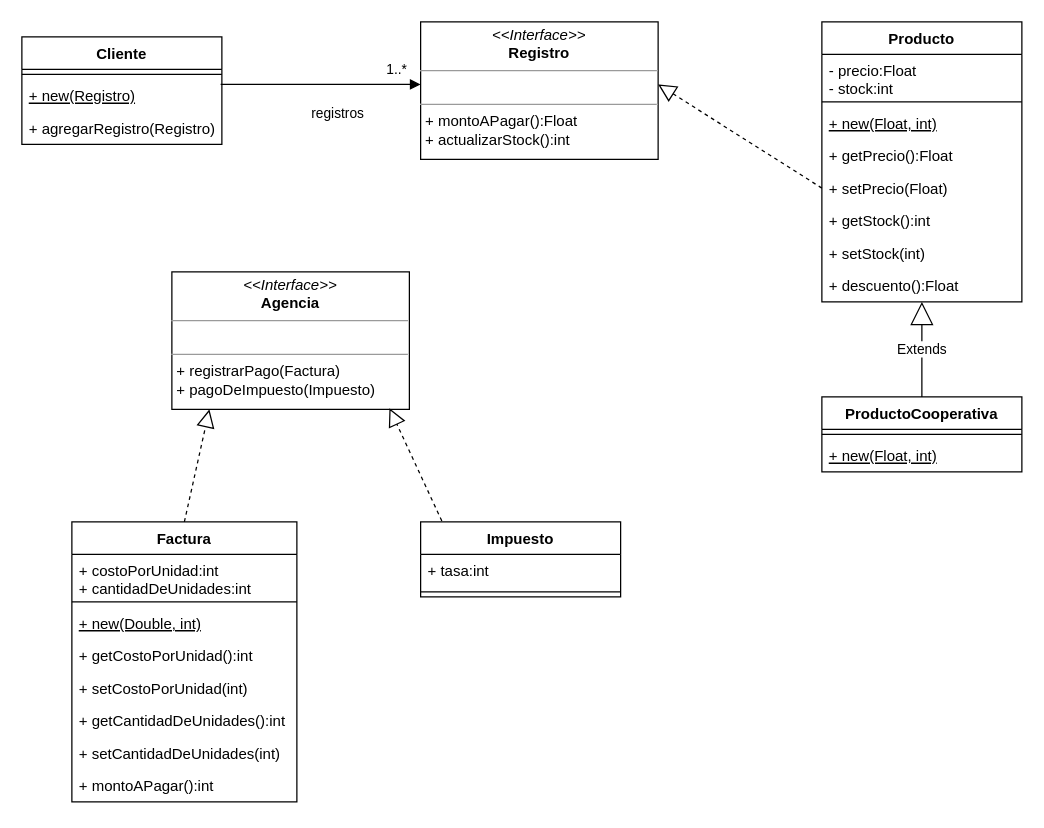
Before: unq-po2-tp5-mercadoCentral.drawio in nhubczyk/Diagramas-UML, a draw.io diagram. Source tidied: cells renumbered, new cells numbered last; positions are measured from the earlier drawing's top-left corner, leaving out a move shared by most shapes. Both pictures are drawn from the tidied source at 125%, with x=0, y=0 at pixel (21, 21).
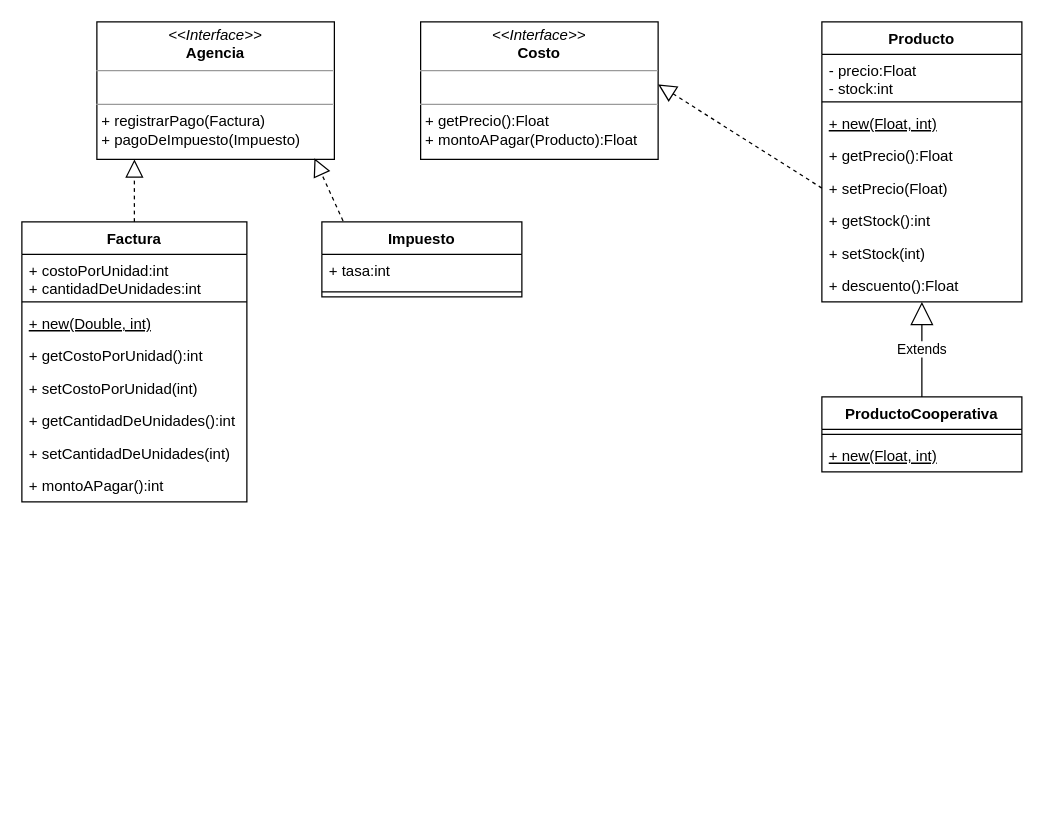
The same page after the edit.

What changed in the source:
```diff
@@
-    <mxCell id="2" value="&lt;p style=&quot;margin:0px;margin-top:4px;text-align:center;&quot;&gt;&lt;i&gt;&amp;lt;&amp;lt;Interface&amp;gt;&amp;gt;&lt;/i&gt;&lt;br&gt;&lt;b&gt;Registro&lt;/b&gt;&lt;/p&gt;&lt;hr size=&quot;1&quot;&gt;&lt;p style=&quot;margin:0px;margin-left:4px;&quot;&gt;&lt;br&gt;&lt;/p&gt;&lt;hr size=&quot;1&quot;&gt;&lt;p style=&quot;margin:0px;margin-left:4px;&quot;&gt;+ montoAPagar():Float&lt;/p&gt;&lt;p style=&quot;margin:0px;margin-left:4px;&quot;&gt;+ actualizarStock():int&lt;/p&gt;&lt;p style=&quot;margin:0px;margin-left:4px;&quot;&gt;&lt;br&gt;&lt;/p&gt;&lt;p style=&quot;margin:0px;margin-left:4px;&quot;&gt;&lt;br&gt;&lt;/p&gt;" style="verticalAlign=top;align=left;overflow=fill;fontSize=12;fontFamily=Helvetica;html=1;" parent="1" vertex="1">
+    <mxCell id="2" value="&lt;p style=&quot;margin:0px;margin-top:4px;text-align:center;&quot;&gt;&lt;i&gt;&amp;lt;&amp;lt;Interface&amp;gt;&amp;gt;&lt;/i&gt;&lt;br&gt;&lt;b&gt;Costo&lt;/b&gt;&lt;/p&gt;&lt;hr size=&quot;1&quot;&gt;&lt;p style=&quot;margin:0px;margin-left:4px;&quot;&gt;&lt;br&gt;&lt;/p&gt;&lt;hr size=&quot;1&quot;&gt;&lt;p style=&quot;margin:0px;margin-left:4px;&quot;&gt;+ getPrecio():Float&lt;/p&gt;&lt;p style=&quot;margin:0px;margin-left:4px;&quot;&gt;+ montoAPagar(Producto):Float&lt;/p&gt;&lt;p style=&quot;margin:0px;margin-left:4px;&quot;&gt;&lt;br&gt;&lt;/p&gt;&lt;p style=&quot;margin:0px;margin-left:4px;&quot;&gt;&lt;br&gt;&lt;/p&gt;&lt;p style=&quot;margin:0px;margin-left:4px;&quot;&gt;&lt;br&gt;&lt;/p&gt;" style="verticalAlign=top;align=left;overflow=fill;fontSize=12;fontFamily=Helvetica;html=1;" parent="1" vertex="1">
       <mxGeometry x="319" width="190" height="110" as="geometry" />
     </mxCell>
-    <mxCell id="3" value="Cliente" style="swimlane;fontStyle=1;align=center;verticalAlign=top;horizontal=1;startSize=26;" parent="1" vertex="1">
-      <mxGeometry y="12" width="160" height="86" as="geometry" />
-    </mxCell>
-    <mxCell id="4" style="line;strokeWidth=1;fillColor=none;align=left;verticalAlign=middle;spacingTop=-1;spacingLeft=3;spacingRight=3;labelPosition=right;strokeColor=inherit;" parent="3" vertex="1">
-      <mxGeometry y="26" width="160" height="8" as="geometry" />
-    </mxCell>
-    <mxCell id="5" value="+ new(Registro)" style="text;strokeColor=none;fillColor=none;align=left;verticalAlign=top;spacingLeft=4;spacingRight=4;overflow=hidden;fontStyle=4;" parent="3" vertex="1">
-      <mxGeometry y="34" width="160" height="26" as="geometry" />
-    </mxCell>
-    <mxCell id="6" value="+ agregarRegistro(Registro)" style="text;strokeColor=none;fillColor=none;align=left;verticalAlign=top;spacingLeft=4;spacingRight=4;overflow=hidden;fontStyle=0;" parent="3" vertex="1">
-      <mxGeometry y="60" width="160" height="26" as="geometry" />
-    </mxCell>
-    <mxCell id="7" value="registros" style="endArrow=block;endFill=1;html=1;edgeStyle=orthogonalEdgeStyle;align=left;verticalAlign=top;rounded=0;" parent="1" edge="1">
-      <mxGeometry x="-0.11" y="-10" relative="1" as="geometry">
-        <mxPoint x="159" y="50" as="sourcePoint" />
-        <mxPoint x="319" y="50" as="targetPoint" />
-      </mxGeometry>
-    </mxCell>
-    <mxCell id="8" value="1..*" style="edgeLabel;html=1;align=left;verticalAlign=bottom;" parent="7" vertex="1">
-      <mxGeometry x="-1" relative="1" as="geometry">
-        <mxPoint x="131" y="-4" as="offset" />
-      </mxGeometry>
-    </mxCell>
@@
     <mxCell id="23" value="&lt;p style=&quot;margin:0px;margin-top:4px;text-align:center;&quot;&gt;&lt;i&gt;&amp;lt;&amp;lt;Interface&amp;gt;&amp;gt;&lt;/i&gt;&lt;br&gt;&lt;b&gt;Agencia&lt;/b&gt;&lt;/p&gt;&lt;hr size=&quot;1&quot;&gt;&lt;p style=&quot;margin:0px;margin-left:4px;&quot;&gt;&lt;br&gt;&lt;/p&gt;&lt;hr size=&quot;1&quot;&gt;&lt;p style=&quot;margin:0px;margin-left:4px;&quot;&gt;+ registrarPago(Factura)&lt;/p&gt;&lt;p style=&quot;margin:0px;margin-left:4px;&quot;&gt;+ pagoDeImpuesto(Impuesto)&lt;br&gt;&lt;br&gt;&lt;/p&gt;" style="verticalAlign=top;align=left;overflow=fill;fontSize=12;fontFamily=Helvetica;html=1;" parent="1" vertex="1">
-      <mxGeometry x="120" y="200" width="190" height="110" as="geometry" />
+      <mxGeometry x="60" width="190" height="110" as="geometry" />
     </mxCell>
     <mxCell id="24" value="Factura" style="swimlane;fontStyle=1;align=center;verticalAlign=top;horizontal=1;startSize=26;" parent="1" vertex="1">
-      <mxGeometry x="40" y="400" width="180" height="224" as="geometry" />
+      <mxGeometry y="160" width="180" height="224" as="geometry" />
     </mxCell>
@@
     <mxCell id="33" value="Impuesto" style="swimlane;fontStyle=1;align=center;verticalAlign=top;horizontal=1;startSize=26;" parent="1" vertex="1">
-      <mxGeometry x="319" y="400" width="160" height="60" as="geometry" />
+      <mxGeometry x="240" y="160" width="160" height="60" as="geometry" />
     </mxCell>
```
